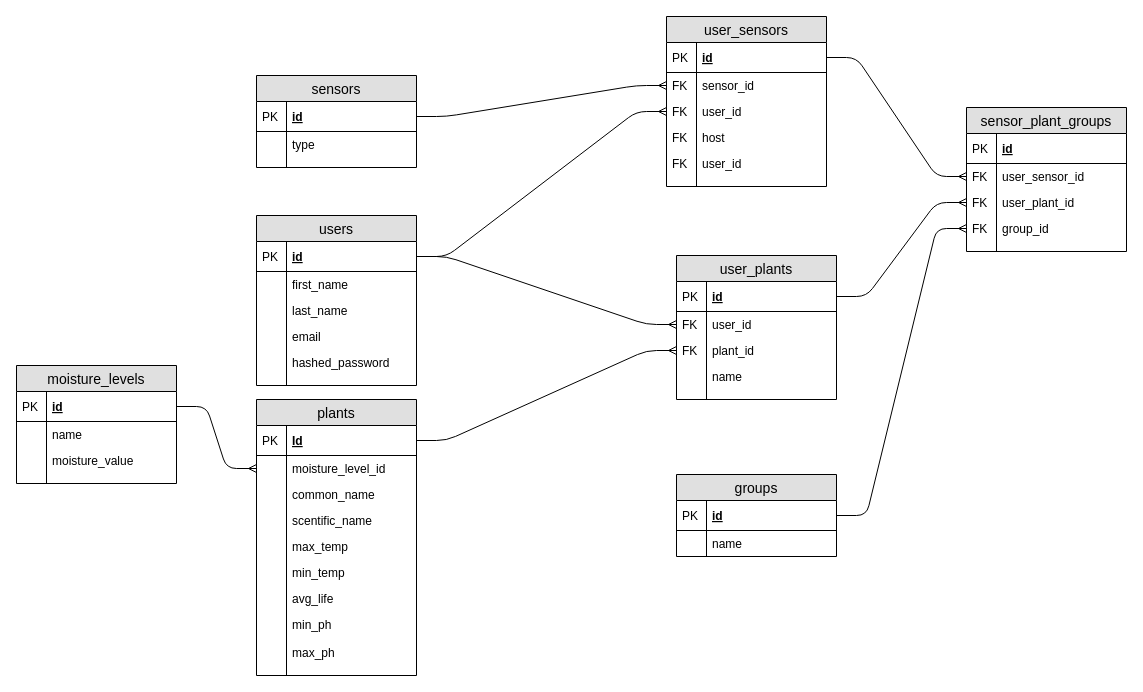
arianrah/flower-power keeps this draw.io diagram as ERD.drawio. Above is the earlier version. Source tidied: cells renumbered, new cells numbered last; positions are measured from the earlier drawing's top-left corner, leaving out a move shared by most shapes. Both pictures are drawn from the tidied source at 100%, with x=0, y=0 at pixel (16, 16).
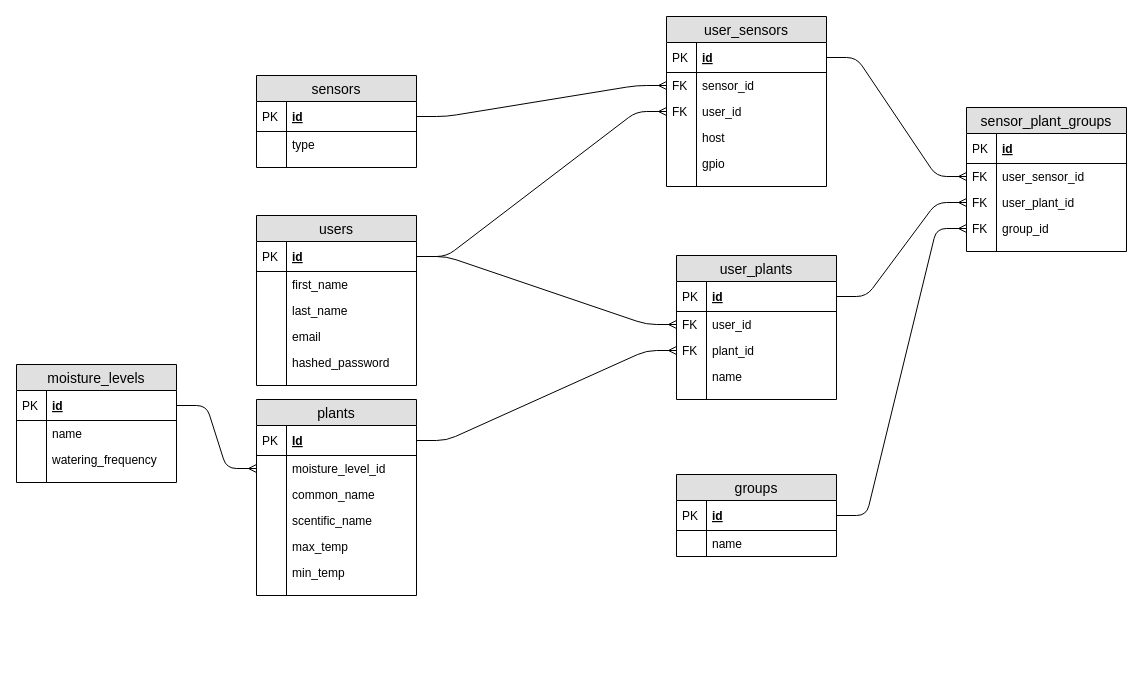
The same diagram, later.

The change refers to these unchanged cells:
```xml
<mxCell id="57" value="user_sensors" style="swimlane;fontStyle=0;horizontal=1;startSize=26;fillColor=#e0e0e0;swimlaneFillColor=#ffffff;align=center;fontSize=14;" parent="1" vertex="1">
  <mxGeometry x="650" width="160" height="170" as="geometry" />
</mxCell>
<mxCell id="64" value="host" style="shape=partialRectangle;top=0;left=0;right=0;bottom=0;align=left;verticalAlign=top;fillColor=none;spacingLeft=34;spacingRight=4;overflow=hidden;fontSize=12;" parent="57" vertex="1">
  <mxGeometry y="108" width="160" height="26" as="geometry" />
</mxCell>
```

What changed in the source:
```diff
@@
     <mxCell id="27" value="plants" style="swimlane;fontStyle=0;horizontal=1;startSize=26;fillColor=#e0e0e0;swimlaneFillColor=#ffffff;align=center;fontSize=14;" parent="1" vertex="1">
-      <mxGeometry x="240" y="383" width="160" height="276" as="geometry" />
+      <mxGeometry x="240" y="383" width="160" height="196" as="geometry" />
     </mxCell>
@@
-    <mxCell id="40" value="avg_life" style="shape=partialRectangle;top=0;left=0;right=0;bottom=0;align=left;verticalAlign=top;fillColor=none;spacingLeft=34;spacingRight=4;overflow=hidden;fontSize=12;" parent="27" vertex="1">
-      <mxGeometry y="186" width="160" height="26" as="geometry" />
-    </mxCell>
-    <mxCell id="41" style="shape=partialRectangle;top=0;left=0;bottom=0;fillColor=none;align=left;verticalAlign=top;spacingLeft=4;spacingRight=4;overflow=hidden;fontSize=12;" parent="40" vertex="1">
-      <mxGeometry width="30" height="26" as="geometry" />
-    </mxCell>
-    <mxCell id="42" value="min_ph" style="shape=partialRectangle;top=0;left=0;right=0;bottom=0;align=left;verticalAlign=top;fillColor=none;spacingLeft=34;spacingRight=4;overflow=hidden;fontSize=12;" parent="27" vertex="1">
-      <mxGeometry y="212" width="160" height="28" as="geometry" />
-    </mxCell>
-    <mxCell id="43" style="shape=partialRectangle;top=0;left=0;bottom=0;fillColor=none;align=left;verticalAlign=top;spacingLeft=4;spacingRight=4;overflow=hidden;fontSize=12;" parent="42" vertex="1">
-      <mxGeometry width="30" height="28" as="geometry" />
-    </mxCell>
-    <mxCell id="44" value="max_ph" style="shape=partialRectangle;top=0;left=0;right=0;bottom=0;align=left;verticalAlign=top;fillColor=none;spacingLeft=34;spacingRight=4;overflow=hidden;fontSize=12;" parent="27" vertex="1">
-      <mxGeometry y="240" width="160" height="26" as="geometry" />
-    </mxCell>
-    <mxCell id="45" style="shape=partialRectangle;top=0;left=0;bottom=0;fillColor=none;align=left;verticalAlign=top;spacingLeft=4;spacingRight=4;overflow=hidden;fontSize=12;" parent="44" vertex="1">
-      <mxGeometry width="30" height="26" as="geometry" />
-    </mxCell>
     <mxCell id="46" style="shape=partialRectangle;top=0;left=0;right=0;bottom=0;align=left;verticalAlign=top;fillColor=none;spacingLeft=34;spacingRight=4;overflow=hidden;fontSize=12;" parent="27" vertex="1">
-      <mxGeometry y="266" width="160" height="10" as="geometry" />
+      <mxGeometry y="186" width="160" height="10" as="geometry" />
     </mxCell>
@@
-    <mxCell id="65" value="FK" style="shape=partialRectangle;top=0;left=0;bottom=0;fillColor=none;align=left;verticalAlign=top;spacingLeft=4;spacingRight=4;overflow=hidden;fontSize=12;" parent="64" vertex="1">
+    <mxCell id="65" style="shape=partialRectangle;top=0;left=0;bottom=0;fillColor=none;align=left;verticalAlign=top;spacingLeft=4;spacingRight=4;overflow=hidden;fontSize=12;" parent="64" vertex="1">
       <mxGeometry width="30" height="26" as="geometry" />
     </mxCell>
-    <mxCell id="66" value="user_id" style="shape=partialRectangle;top=0;left=0;right=0;bottom=0;align=left;verticalAlign=top;fillColor=none;spacingLeft=34;spacingRight=4;overflow=hidden;fontSize=12;" parent="57" vertex="1">
+    <mxCell id="66" value="gpio" style="shape=partialRectangle;top=0;left=0;right=0;bottom=0;align=left;verticalAlign=top;fillColor=none;spacingLeft=34;spacingRight=4;overflow=hidden;fontSize=12;" parent="57" vertex="1">
       <mxGeometry y="134" width="160" height="26" as="geometry" />
     </mxCell>
-    <mxCell id="67" value="FK" style="shape=partialRectangle;top=0;left=0;bottom=0;fillColor=none;align=left;verticalAlign=top;spacingLeft=4;spacingRight=4;overflow=hidden;fontSize=12;" parent="66" vertex="1">
+    <mxCell id="67" style="shape=partialRectangle;top=0;left=0;bottom=0;fillColor=none;align=left;verticalAlign=top;spacingLeft=4;spacingRight=4;overflow=hidden;fontSize=12;" parent="66" vertex="1">
       <mxGeometry width="30" height="26" as="geometry" />
     </mxCell>
@@
     <mxCell id="90" value="moisture_levels" style="swimlane;fontStyle=0;horizontal=1;startSize=26;fillColor=#e0e0e0;swimlaneFillColor=#ffffff;align=center;fontSize=14;" parent="1" vertex="1">
-      <mxGeometry y="349" width="160" height="118" as="geometry" />
+      <mxGeometry y="348" width="160" height="118" as="geometry" />
     </mxCell>
@@
-    <mxCell id="95" value="moisture_value" style="shape=partialRectangle;top=0;left=0;right=0;bottom=0;align=left;verticalAlign=top;fillColor=none;spacingLeft=34;spacingRight=4;overflow=hidden;fontSize=12;" parent="90" vertex="1">
-      <mxGeometry y="82" width="160" height="26" as="geometry" />
-    </mxCell>
-    <mxCell id="96" style="shape=partialRectangle;top=0;left=0;bottom=0;fillColor=none;align=left;verticalAlign=top;spacingLeft=4;spacingRight=4;overflow=hidden;fontSize=12;" parent="95" vertex="1">
-      <mxGeometry width="30" height="26" as="geometry" />
-    </mxCell>
+    <mxCell id="100" value="watering_frequency" style="shape=partialRectangle;top=0;left=0;right=0;bottom=0;align=left;verticalAlign=top;fillColor=none;spacingLeft=34;spacingRight=4;overflow=hidden;fontSize=12;" parent="90" vertex="1">
+      <mxGeometry y="82" width="160" height="26" as="geometry" />
+    </mxCell>
+    <mxCell id="101" style="shape=partialRectangle;top=0;left=0;bottom=0;fillColor=none;align=left;verticalAlign=top;spacingLeft=4;spacingRight=4;overflow=hidden;fontSize=12;" parent="100" vertex="1">
+      <mxGeometry width="30" height="26" as="geometry" />
+    </mxCell>
```
